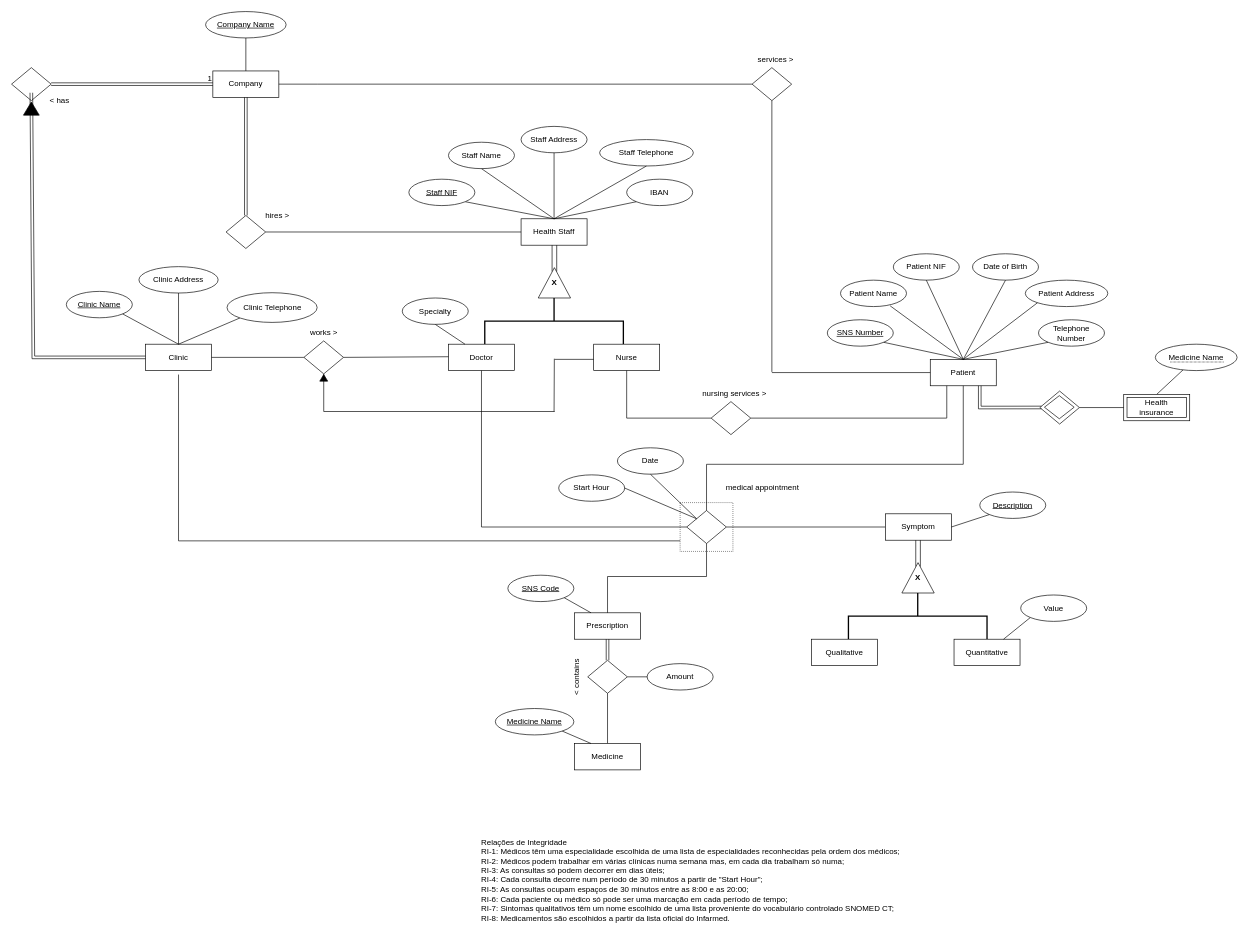
This is Proj.drawio from mariana-marcal-santana/BD.Health-DB-Manager, a draw.io file, before an edit. Source tidied: cells renumbered, new cells numbered last; positions are measured from the earlier drawing's top-left corner, leaving out a move shared by most shapes. Both pictures are drawn from the tidied source at 66%, with x=0, y=0 at pixel (11, 11).
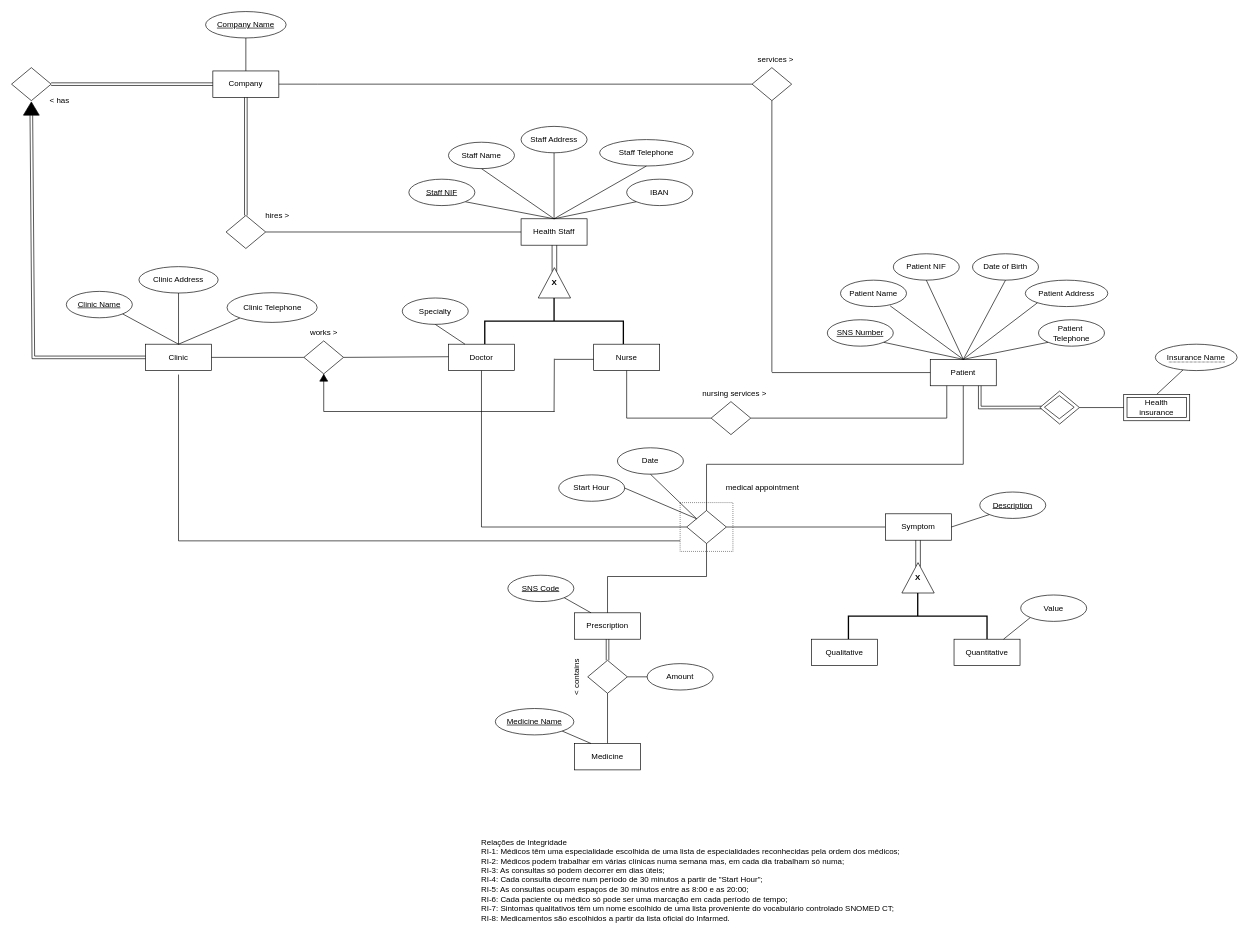
The same page after the edit.

Unchanged cells that the change refers to:
```xml
<mxCell id="121" style="shape=link;html=1;rounded=0;exitX=1;exitY=0.5;exitDx=0;exitDy=0;entryX=0;entryY=0.5;entryDx=0;entryDy=0;" parent="1" edge="1" source="48" target="38">
  <mxGeometry relative="1" as="geometry" />
</mxCell>
<mxCell id="123" style="triangle;whiteSpace=wrap;html=1;rotation=-90;fillColor=#000000;" parent="1" vertex="1">
  <mxGeometry x="20" y="135" width="20" height="24" as="geometry" />
</mxCell>
```

Diff of the diagram source:
```diff
@@
-    <mxCell id="31" value="Telephone Number" style="ellipse;whiteSpace=wrap;html=1;align=center;" parent="1" vertex="1">
+    <mxCell id="31" value="Patient&amp;nbsp;&lt;div&gt;Telephone&lt;/div&gt;" style="ellipse;whiteSpace=wrap;html=1;align=center;" parent="1" vertex="1">
       <mxGeometry x="1556" y="467" width="100" height="40" as="geometry" />
     </mxCell>
@@
-    <mxCell id="45" value="&lt;span style=&quot;border-bottom: 1px dotted&quot;&gt;Medicine Name&lt;br&gt;&lt;/span&gt;" style="ellipse;whiteSpace=wrap;html=1;align=center;" parent="1" vertex="1">
+    <mxCell id="45" value="&lt;span style=&quot;border-bottom: 1px dotted&quot;&gt;Insurance Name&lt;br&gt;&lt;/span&gt;" style="ellipse;whiteSpace=wrap;html=1;align=center;" parent="1" vertex="1">
       <mxGeometry x="1733" y="504" width="123.9" height="40" as="geometry" />
     </mxCell>
@@
-    <mxCell id="114" style="shape=link;html=1;rounded=0;exitX=0;exitY=0.5;exitDx=0;exitDy=0;entryX=0;entryY=0.5;entryDx=0;entryDy=0;" parent="1" edge="1">
+    <mxCell id="114" style="shape=link;html=1;rounded=0;exitX=0;exitY=0.5;exitDx=0;exitDy=0;entryX=0;entryY=0.5;entryDx=0;entryDy=0;" parent="1" edge="1" source="123">
       <mxGeometry relative="1" as="geometry">
-        <mxPoint x="30" y="123" as="sourcePoint" />
         <mxPoint x="203" y="524" as="targetPoint" />
         <Array as="points">
           <mxPoint x="33" y="524" />
         </Array>
       </mxGeometry>
     </mxCell>
@@
-    <mxCell id="122" value="1" style="html=1;whiteSpace=wrap;align=right;verticalAlign=bottom;" parent="121" vertex="1">
-      <mxGeometry x="1" relative="1" as="geometry" />
-    </mxCell>
```
